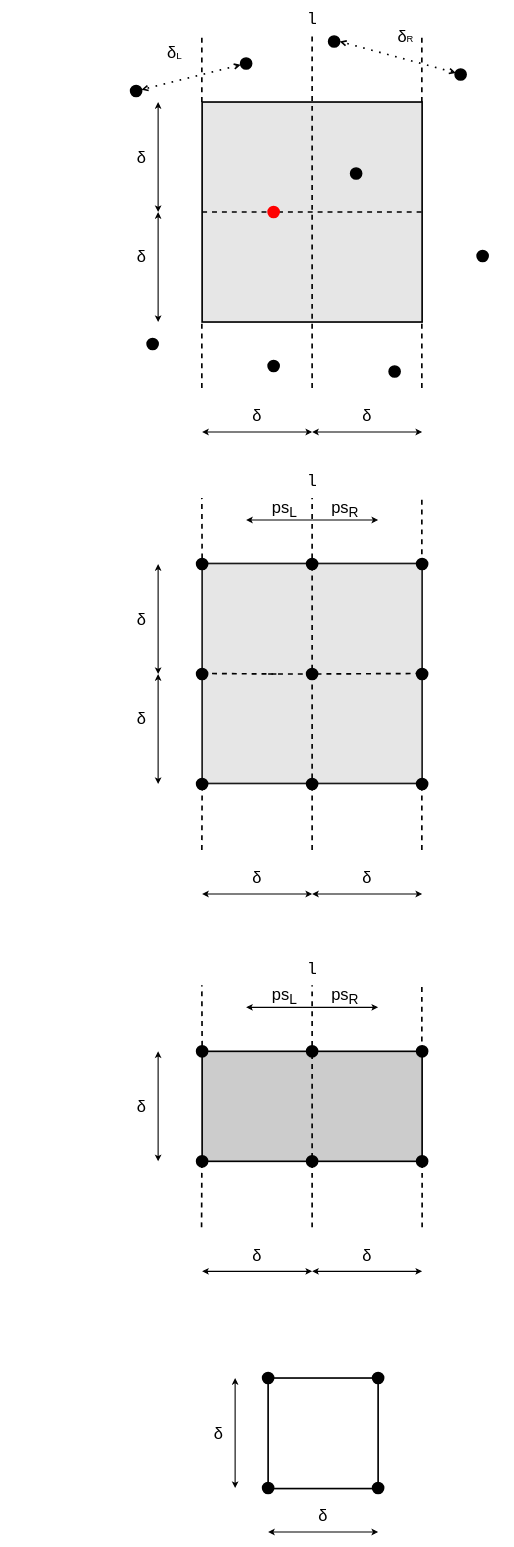
This is img/Paper.drawio from mrtnrau/closest-pair-of-points, a draw.io file, before an edit. Source tidied: cells renumbered, new cells numbered last; positions are measured from the earlier drawing's top-left corner, leaving out a move shared by most shapes. Both pictures are drawn from the tidied source at 55%, with x=0, y=0 at pixel (130, 14).
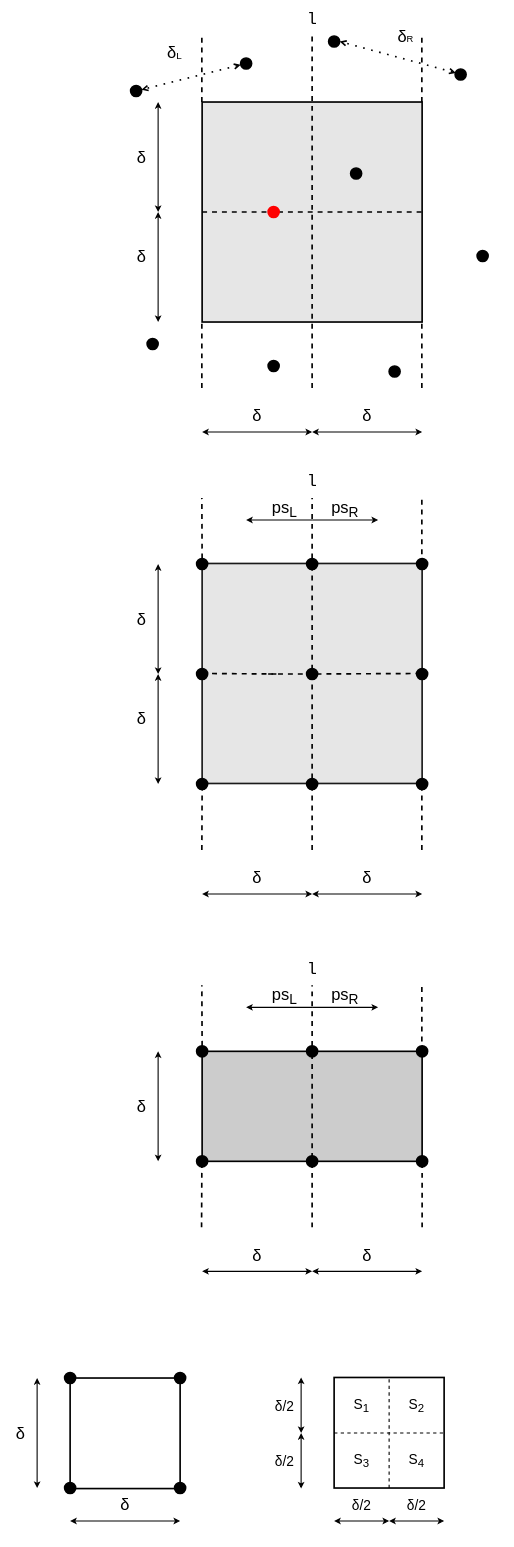
The same page after the edit.

What changed in the source:
```diff
@@
+    <mxCell id="105" style="rounded=0;whiteSpace=wrap;html=1;fillColor=none;strokeWidth=3;" parent="1" vertex="1">
+      <mxGeometry x="370" y="2479" width="200" height="201" as="geometry" />
+    </mxCell>
@@
     <mxCell id="94" style="rounded=0;whiteSpace=wrap;html=1;fillColor=none;strokeWidth=3;" parent="1" vertex="1">
-      <mxGeometry x="250" y="2480" width="200" height="201" as="geometry" />
+      <mxGeometry x="-110" y="2480" width="200" height="201" as="geometry" />
     </mxCell>
     <mxCell id="95" style="endArrow=none;dashed=1;html=1;strokeWidth=3;" parent="1" edge="1">
       <mxGeometry relative="1" as="geometry">
-        <mxPoint x="249.5" y="2760" as="sourcePoint" />
-        <mxPoint x="249.5" y="2760" as="targetPoint" />
+        <mxPoint x="-110.5" y="2760" as="sourcePoint" />
+        <mxPoint x="-110.5" y="2760" as="targetPoint" />
       </mxGeometry>
     </mxCell>
     <mxCell id="96" style="ellipse;whiteSpace=wrap;html=1;strokeWidth=3;fillColor=#000000;" parent="1" vertex="1">
-      <mxGeometry x="240" y="2670" width="20" height="20" as="geometry" />
+      <mxGeometry x="-120" y="2670" width="20" height="20" as="geometry" />
     </mxCell>
     <mxCell id="97" style="endArrow=classic;startArrow=classic;html=1;strokeWidth=2;" parent="1" edge="1">
       <mxGeometry relative="1" as="geometry">
-        <mxPoint x="250" y="2760" as="sourcePoint" />
-        <mxPoint x="450" y="2760" as="targetPoint" />
+        <mxPoint x="-110" y="2740" as="sourcePoint" />
+        <mxPoint x="90" y="2740" as="targetPoint" />
       </mxGeometry>
     </mxCell>
     <mxCell id="98" style="endArrow=classic;startArrow=classic;html=1;strokeWidth=2;" parent="1" edge="1">
       <mxGeometry relative="1" as="geometry">
-        <mxPoint x="190" y="2480" as="sourcePoint" />
-        <mxPoint x="190" y="2680" as="targetPoint" />
+        <mxPoint x="-170" y="2480" as="sourcePoint" />
+        <mxPoint x="-170" y="2680" as="targetPoint" />
       </mxGeometry>
     </mxCell>
     <mxCell id="99" value="&lt;font style=&quot;font-size: 30px&quot;&gt;δ&lt;/font&gt;" style="text;html=1;strokeColor=none;fillColor=none;align=center;verticalAlign=middle;whiteSpace=wrap;rounded=0;" parent="1" vertex="1">
-      <mxGeometry x="140" y="2550" width="40" height="60" as="geometry" />
+      <mxGeometry x="-220" y="2550" width="40" height="60" as="geometry" />
     </mxCell>
     <mxCell id="100" value="&lt;font style=&quot;font-size: 30px&quot;&gt;δ&lt;/font&gt;" style="text;html=1;strokeColor=none;fillColor=none;align=center;verticalAlign=middle;whiteSpace=wrap;rounded=0;" parent="1" vertex="1">
-      <mxGeometry x="330" y="2700" width="40" height="60" as="geometry" />
+      <mxGeometry x="-30" y="2680" width="40" height="60" as="geometry" />
     </mxCell>
     <mxCell id="101" style="ellipse;whiteSpace=wrap;html=1;strokeWidth=3;fillColor=#000000;" parent="1" vertex="1">
-      <mxGeometry x="440" y="2670" width="20" height="20" as="geometry" />
+      <mxGeometry x="80" y="2670" width="20" height="20" as="geometry" />
     </mxCell>
     <mxCell id="102" style="ellipse;whiteSpace=wrap;html=1;strokeWidth=3;fillColor=#000000;" parent="1" vertex="1">
-      <mxGeometry x="240" y="2470" width="20" height="20" as="geometry" />
+      <mxGeometry x="-120" y="2470" width="20" height="20" as="geometry" />
     </mxCell>
     <mxCell id="103" style="endArrow=none;dashed=1;html=1;strokeWidth=3;" parent="1" edge="1" target="102">
       <mxGeometry relative="1" as="geometry">
-        <mxPoint x="249.5" y="2480" as="sourcePoint" />
+        <mxPoint x="-110.5" y="2480" as="sourcePoint" />
       </mxGeometry>
     </mxCell>
     <mxCell id="104" style="ellipse;whiteSpace=wrap;html=1;strokeWidth=3;fillColor=#000000;" parent="1" vertex="1">
-      <mxGeometry x="440" y="2470" width="20" height="20" as="geometry" />
+      <mxGeometry x="80" y="2470" width="20" height="20" as="geometry" />
     </mxCell>
+    <mxCell id="106" style="endArrow=none;dashed=1;html=1;strokeWidth=3;" parent="1" edge="1">
+      <mxGeometry relative="1" as="geometry">
+        <mxPoint x="369.5" y="2738" as="sourcePoint" />
+        <mxPoint x="369.5" y="2738" as="targetPoint" />
+      </mxGeometry>
+    </mxCell>
+    <mxCell id="107" style="endArrow=classic;startArrow=classic;html=1;strokeWidth=2;" parent="1" edge="1">
+      <mxGeometry relative="1" as="geometry">
+        <mxPoint x="370" y="2740" as="sourcePoint" />
+        <mxPoint x="470" y="2740" as="targetPoint" />
+      </mxGeometry>
+    </mxCell>
+    <mxCell id="108" style="endArrow=classic;startArrow=classic;html=1;strokeWidth=2;" parent="1" edge="1">
+      <mxGeometry relative="1" as="geometry">
+        <mxPoint x="310" y="2479" as="sourcePoint" />
+        <mxPoint x="310" y="2580" as="targetPoint" />
+      </mxGeometry>
+    </mxCell>
+    <mxCell id="109" value="&lt;font style=&quot;font-size: 25px&quot;&gt;δ&lt;/font&gt;&lt;font style=&quot;font-size: 25px&quot;&gt;/2&lt;/font&gt;" style="text;html=1;strokeColor=none;fillColor=none;align=center;verticalAlign=middle;whiteSpace=wrap;rounded=0;" parent="1" vertex="1">
+      <mxGeometry x="260" y="2500" width="40" height="60" as="geometry" />
+    </mxCell>
+    <mxCell id="110" style="endArrow=none;dashed=1;html=1;strokeWidth=3;" parent="1" edge="1">
+      <mxGeometry relative="1" as="geometry">
+        <mxPoint x="369.5" y="2479" as="sourcePoint" />
+        <mxPoint x="369.5" y="2479" as="targetPoint" />
+      </mxGeometry>
+    </mxCell>
+    <mxCell id="111" style="endArrow=classic;startArrow=classic;html=1;strokeWidth=2;" parent="1" edge="1">
+      <mxGeometry relative="1" as="geometry">
+        <mxPoint x="310" y="2580" as="sourcePoint" />
+        <mxPoint x="310" y="2681" as="targetPoint" />
+      </mxGeometry>
+    </mxCell>
+    <mxCell id="112" value="&lt;font style=&quot;font-size: 25px&quot;&gt;δ&lt;/font&gt;&lt;font style=&quot;font-size: 25px&quot;&gt;/2&lt;/font&gt;" style="text;html=1;strokeColor=none;fillColor=none;align=center;verticalAlign=middle;whiteSpace=wrap;rounded=0;" parent="1" vertex="1">
+      <mxGeometry x="260" y="2600" width="40" height="60" as="geometry" />
+    </mxCell>
+    <mxCell id="113" style="endArrow=none;dashed=1;html=1;strokeWidth=2;" parent="1" edge="1">
+      <mxGeometry relative="1" as="geometry">
+        <mxPoint x="470" y="2680" as="sourcePoint" />
+        <mxPoint x="470" y="2479" as="targetPoint" />
+      </mxGeometry>
+    </mxCell>
+    <mxCell id="114" style="endArrow=none;dashed=1;html=1;strokeWidth=2;" parent="1" edge="1">
+      <mxGeometry relative="1" as="geometry">
+        <mxPoint x="370" y="2580" as="sourcePoint" />
+        <mxPoint x="570" y="2580" as="targetPoint" />
+      </mxGeometry>
+    </mxCell>
+    <mxCell id="115" style="endArrow=classic;startArrow=classic;html=1;strokeWidth=2;" parent="1" edge="1">
+      <mxGeometry relative="1" as="geometry">
+        <mxPoint x="470" y="2740" as="sourcePoint" />
+        <mxPoint x="570" y="2740" as="targetPoint" />
+      </mxGeometry>
+    </mxCell>
+    <mxCell id="116" value="&lt;font style=&quot;font-size: 25px&quot;&gt;δ&lt;/font&gt;&lt;font style=&quot;font-size: 25px&quot;&gt;/2&lt;/font&gt;" style="text;html=1;strokeColor=none;fillColor=none;align=center;verticalAlign=middle;whiteSpace=wrap;rounded=0;" parent="1" vertex="1">
+      <mxGeometry x="400" y="2680" width="40" height="60" as="geometry" />
+    </mxCell>
+    <mxCell id="117" value="&lt;font style=&quot;font-size: 25px&quot;&gt;δ&lt;/font&gt;&lt;font style=&quot;font-size: 25px&quot;&gt;/2&lt;/font&gt;" style="text;html=1;strokeColor=none;fillColor=none;align=center;verticalAlign=middle;whiteSpace=wrap;rounded=0;" parent="1" vertex="1">
+      <mxGeometry x="500" y="2680" width="40" height="60" as="geometry" />
+    </mxCell>
+    <mxCell id="118" value="&lt;font style=&quot;font-size: 25px&quot;&gt;S&lt;sub&gt;1&lt;/sub&gt;&lt;/font&gt;" style="text;html=1;strokeColor=none;fillColor=none;align=center;verticalAlign=middle;whiteSpace=wrap;rounded=0;" parent="1" vertex="1">
+      <mxGeometry x="395" y="2515" width="50" height="30" as="geometry" />
+    </mxCell>
+    <mxCell id="119" value="&lt;font style=&quot;font-size: 25px&quot;&gt;S&lt;sub&gt;2&lt;/sub&gt;&lt;/font&gt;" style="text;html=1;strokeColor=none;fillColor=none;align=center;verticalAlign=middle;whiteSpace=wrap;rounded=0;" parent="1" vertex="1">
+      <mxGeometry x="495" y="2515" width="50" height="30" as="geometry" />
+    </mxCell>
+    <mxCell id="120" value="&lt;font style=&quot;font-size: 25px&quot;&gt;S&lt;sub&gt;3&lt;/sub&gt;&lt;/font&gt;" style="text;html=1;strokeColor=none;fillColor=none;align=center;verticalAlign=middle;whiteSpace=wrap;rounded=0;" parent="1" vertex="1">
+      <mxGeometry x="395" y="2615" width="50" height="30" as="geometry" />
+    </mxCell>
+    <mxCell id="121" value="&lt;font style=&quot;font-size: 25px&quot;&gt;S&lt;sub&gt;4&lt;/sub&gt;&lt;/font&gt;" style="text;html=1;strokeColor=none;fillColor=none;align=center;verticalAlign=middle;whiteSpace=wrap;rounded=0;" parent="1" vertex="1">
+      <mxGeometry x="495" y="2615" width="50" height="30" as="geometry" />
+    </mxCell>
+    <mxCell id="122" style="ellipse;whiteSpace=wrap;html=1;strokeWidth=3;fillColor=#000000;opacity=0;" parent="1" vertex="1">
+      <mxGeometry x="360" y="2470" width="20" height="20" as="geometry" />
+    </mxCell>
+    <mxCell id="123" style="ellipse;whiteSpace=wrap;html=1;strokeWidth=3;fillColor=#000000;opacity=0;" parent="1" vertex="1">
+      <mxGeometry x="560" y="2470" width="20" height="20" as="geometry" />
+    </mxCell>
+    <mxCell id="124" style="ellipse;whiteSpace=wrap;html=1;strokeWidth=3;fillColor=#000000;opacity=0;" parent="1" vertex="1">
+      <mxGeometry x="360" y="2670" width="20" height="20" as="geometry" />
+    </mxCell>
+    <mxCell id="125" style="ellipse;whiteSpace=wrap;html=1;strokeWidth=3;fillColor=#000000;opacity=0;" parent="1" vertex="1">
+      <mxGeometry x="560" y="2670" width="20" height="20" as="geometry" />
+    </mxCell>
+    <mxCell id="126" style="endArrow=classic;startArrow=classic;html=1;strokeWidth=2;opacity=0;" parent="1" edge="1">
+      <mxGeometry relative="1" as="geometry">
+        <mxPoint x="190" y="2479" as="sourcePoint" />
+        <mxPoint x="190" y="2679" as="targetPoint" />
+      </mxGeometry>
+    </mxCell>
+    <mxCell id="127" style="endArrow=classic;startArrow=classic;html=1;strokeWidth=2;opacity=0;" parent="1" edge="1">
+      <mxGeometry relative="1" as="geometry">
+        <mxPoint x="670" y="2479" as="sourcePoint" />
+        <mxPoint x="670" y="2679" as="targetPoint" />
+      </mxGeometry>
+    </mxCell>
```
